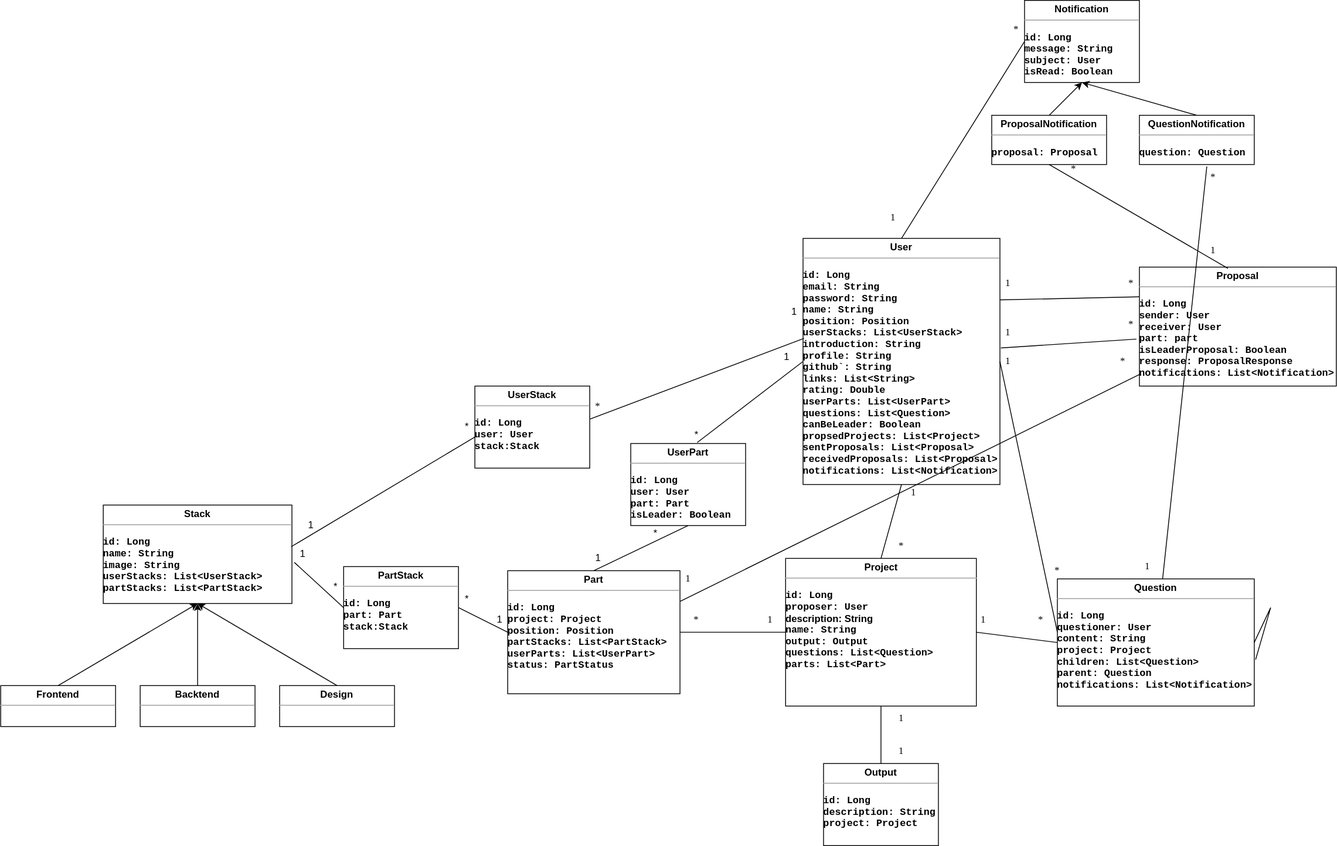
Before: entity_diagram.drawio.svg, a diagram exported from draw.io (zelo0/cruit). Source tidied: cells renumbered, new cells last; positions are measured from the earlier drawing's top-left corner, leaving out a move shared by most shapes.
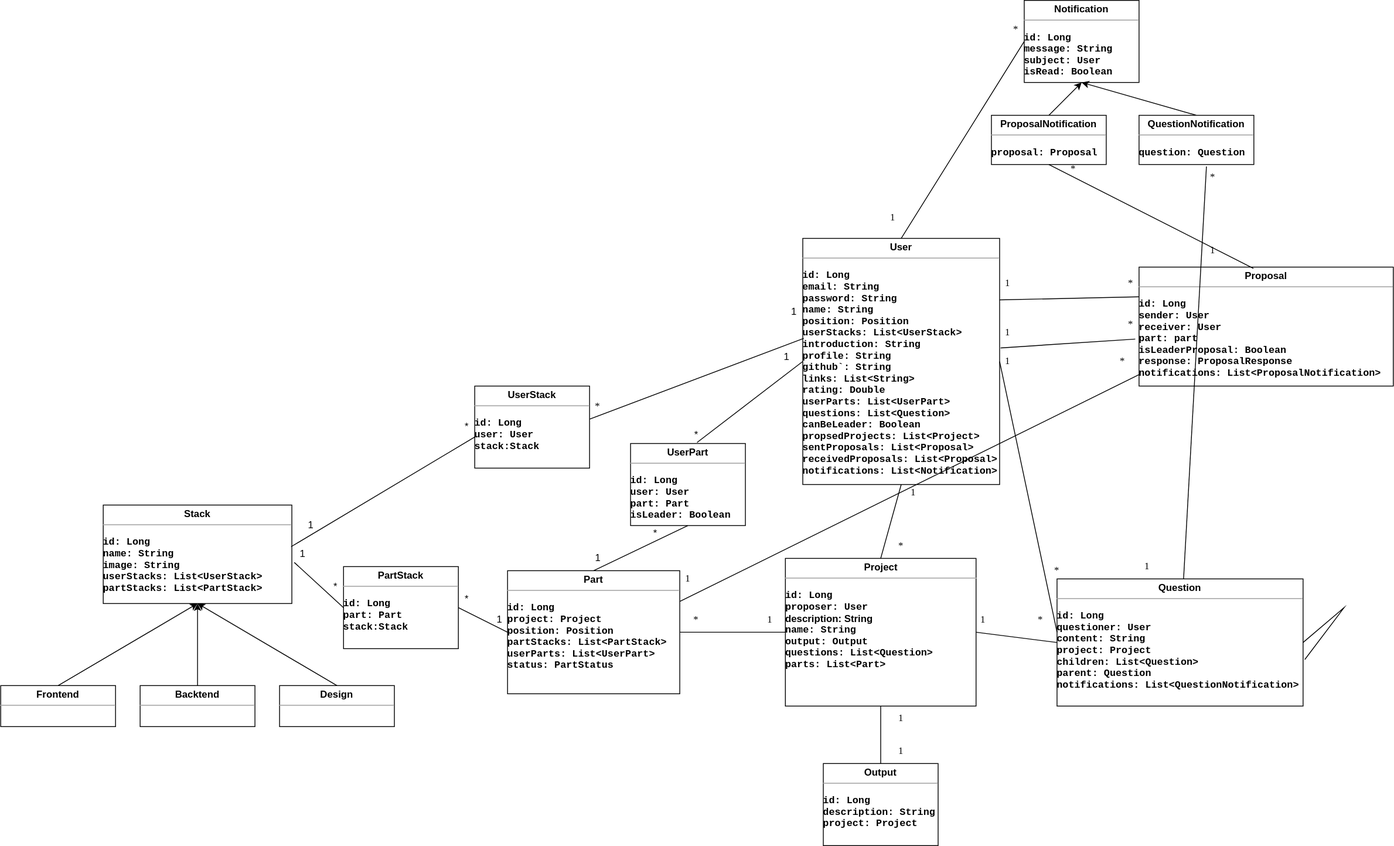
Above is the later version.

Commit message:
리스트 타입을 자식 클래스로 변경

The edit, as a diff of the source:
```diff
@@ -17,8 +17,8 @@
     <mxCell id="6" value="*" style="text;html=1;strokeColor=none;fillColor=none;align=center;verticalAlign=middle;whiteSpace=wrap;rounded=0;labelBackgroundColor=none;labelBorderColor=none;sketch=0;fontFamily=Verdana;fontSize=12;" parent="1" vertex="1">
       <mxGeometry x="1068" y="650" width="60" height="30" as="geometry" />
     </mxCell>
-    <mxCell id="7" value="&lt;p style=&quot;margin: 0px ; margin-top: 4px ; text-align: center&quot;&gt;&lt;b&gt;Question&lt;/b&gt;&lt;/p&gt;&lt;hr size=&quot;1&quot;&gt;&lt;p&gt;&lt;/p&gt;&lt;pre style=&quot;height: 2px ; line-height: 1.5&quot;&gt;&lt;b&gt;id: Long&lt;/b&gt;&lt;/pre&gt;&lt;pre style=&quot;height: 2px ; line-height: 1.5&quot;&gt;&lt;b&gt;questioner: User&lt;/b&gt;&lt;/pre&gt;&lt;pre style=&quot;height: 2px ; line-height: 1.5&quot;&gt;&lt;b&gt;content: String&lt;/b&gt;&lt;/pre&gt;&lt;pre style=&quot;height: 2px ; line-height: 1.5&quot;&gt;&lt;b&gt;project: Project&lt;/b&gt;&lt;/pre&gt;&lt;pre style=&quot;height: 2px ; line-height: 1.5&quot;&gt;&lt;b&gt;children: List&amp;lt;Question&amp;gt;&lt;/b&gt;&lt;/pre&gt;&lt;pre style=&quot;height: 2px ; line-height: 1.5&quot;&gt;&lt;b&gt;parent: Question&lt;/b&gt;&lt;/pre&gt;&lt;pre style=&quot;height: 2px ; line-height: 1.5&quot;&gt;&lt;b&gt;notifications: List&amp;lt;Notification&amp;gt;&lt;/b&gt;&lt;/pre&gt;&lt;p&gt;&lt;/p&gt;" style="verticalAlign=top;align=left;overflow=fill;fontSize=12;fontFamily=Helvetica;html=1;" parent="1" vertex="1">
-      <mxGeometry x="1288" y="705" width="240" height="155" as="geometry" />
+    <mxCell id="7" value="&lt;p style=&quot;margin: 0px ; margin-top: 4px ; text-align: center&quot;&gt;&lt;b&gt;Question&lt;/b&gt;&lt;/p&gt;&lt;hr size=&quot;1&quot;&gt;&lt;p&gt;&lt;/p&gt;&lt;pre style=&quot;height: 2px ; line-height: 1.5&quot;&gt;&lt;b&gt;id: Long&lt;/b&gt;&lt;/pre&gt;&lt;pre style=&quot;height: 2px ; line-height: 1.5&quot;&gt;&lt;b&gt;questioner: User&lt;/b&gt;&lt;/pre&gt;&lt;pre style=&quot;height: 2px ; line-height: 1.5&quot;&gt;&lt;b&gt;content: String&lt;/b&gt;&lt;/pre&gt;&lt;pre style=&quot;height: 2px ; line-height: 1.5&quot;&gt;&lt;b&gt;project: Project&lt;/b&gt;&lt;/pre&gt;&lt;pre style=&quot;height: 2px ; line-height: 1.5&quot;&gt;&lt;b&gt;children: List&amp;lt;Question&amp;gt;&lt;/b&gt;&lt;/pre&gt;&lt;pre style=&quot;height: 2px ; line-height: 1.5&quot;&gt;&lt;b&gt;parent: Question&lt;/b&gt;&lt;/pre&gt;&lt;pre style=&quot;height: 2px ; line-height: 1.5&quot;&gt;&lt;b&gt;notifications: List&amp;lt;QuestionNotification&amp;gt;&lt;/b&gt;&lt;/pre&gt;&lt;p&gt;&lt;/p&gt;" style="verticalAlign=top;align=left;overflow=fill;fontSize=12;fontFamily=Helvetica;html=1;" parent="1" vertex="1">
+      <mxGeometry x="1288" y="705" width="300" height="155" as="geometry" />
     </mxCell>
     <mxCell id="8" style="endArrow=none;html=1;rounded=0;fontFamily=Verdana;fontSize=12;exitX=1;exitY=0.5;exitDx=0;exitDy=0;entryX=0;entryY=0.5;entryDx=0;entryDy=0;" parent="1" edge="1" source="3" target="7">
       <mxGeometry relative="1" as="geometry" />
@@ -43,7 +43,7 @@
     <mxCell id="14" style="endArrow=none;html=1;rounded=0;fontFamily=Verdana;fontSize=12;entryX=1.007;entryY=0.634;entryDx=0;entryDy=0;entryPerimeter=0;exitX=1;exitY=0.5;exitDx=0;exitDy=0;" parent="1" edge="1" source="7" target="7">
       <mxGeometry relative="1" as="geometry">
         <Array as="points">
-          <mxPoint x="1548" y="740" />
+          <mxPoint x="1638" y="740" />
         </Array>
       </mxGeometry>
     </mxCell>
@@ -158,8 +158,8 @@
     <mxCell id="51" value="&lt;pre style=&quot;background-color: #2b2b2b ; color: #a9b7c6 ; font-size: 9.8pt&quot;&gt;&lt;br&gt;&lt;/pre&gt;" style="text;whiteSpace=wrap;html=1;" parent="1" vertex="1">
       <mxGeometry x="958" y="590" width="30" height="60" as="geometry" />
     </mxCell>
-    <mxCell id="52" value="&lt;p style=&quot;margin: 0px ; margin-top: 4px ; text-align: center&quot;&gt;&lt;b&gt;Proposal&lt;/b&gt;&lt;/p&gt;&lt;hr size=&quot;1&quot;&gt;&lt;p&gt;&lt;/p&gt;&lt;pre style=&quot;height: 2px ; line-height: 1.5&quot;&gt;&lt;b&gt;id: Long&lt;/b&gt;&lt;/pre&gt;&lt;pre style=&quot;height: 2px ; line-height: 1.5&quot;&gt;&lt;b&gt;sender: User&lt;/b&gt;&lt;/pre&gt;&lt;pre style=&quot;height: 2px ; line-height: 1.5&quot;&gt;&lt;b&gt;receiver: User&lt;/b&gt;&lt;/pre&gt;&lt;pre style=&quot;height: 2px ; line-height: 1.5&quot;&gt;&lt;b&gt;part: part&lt;/b&gt;&lt;/pre&gt;&lt;pre style=&quot;height: 2px ; line-height: 1.5&quot;&gt;&lt;b&gt;isLeaderProposal: Boolean&lt;/b&gt;&lt;/pre&gt;&lt;pre style=&quot;height: 2px ; line-height: 1.5&quot;&gt;&lt;b&gt;response: ProposalResponse&lt;/b&gt;&lt;/pre&gt;&lt;pre style=&quot;height: 2px ; line-height: 1.5&quot;&gt;&lt;b&gt;notifications: List&amp;lt;Notification&amp;gt; &lt;/b&gt;&lt;/pre&gt;&lt;p&gt;&lt;/p&gt;" style="verticalAlign=top;align=left;overflow=fill;fontSize=12;fontFamily=Helvetica;html=1;" parent="1" vertex="1">
-      <mxGeometry x="1388" y="325" width="240" height="145" as="geometry" />
+    <mxCell id="52" value="&lt;p style=&quot;margin: 0px ; margin-top: 4px ; text-align: center&quot;&gt;&lt;b&gt;Proposal&lt;/b&gt;&lt;/p&gt;&lt;hr size=&quot;1&quot;&gt;&lt;p&gt;&lt;/p&gt;&lt;pre style=&quot;height: 2px ; line-height: 1.5&quot;&gt;&lt;b&gt;id: Long&lt;/b&gt;&lt;/pre&gt;&lt;pre style=&quot;height: 2px ; line-height: 1.5&quot;&gt;&lt;b&gt;sender: User&lt;/b&gt;&lt;/pre&gt;&lt;pre style=&quot;height: 2px ; line-height: 1.5&quot;&gt;&lt;b&gt;receiver: User&lt;/b&gt;&lt;/pre&gt;&lt;pre style=&quot;height: 2px ; line-height: 1.5&quot;&gt;&lt;b&gt;part: part&lt;/b&gt;&lt;/pre&gt;&lt;pre style=&quot;height: 2px ; line-height: 1.5&quot;&gt;&lt;b&gt;isLeaderProposal: Boolean&lt;/b&gt;&lt;/pre&gt;&lt;pre style=&quot;height: 2px ; line-height: 1.5&quot;&gt;&lt;b&gt;response: ProposalResponse&lt;/b&gt;&lt;/pre&gt;&lt;pre style=&quot;height: 2px ; line-height: 1.5&quot;&gt;&lt;b&gt;notifications: List&amp;lt;ProposalNotification&amp;gt; &lt;/b&gt;&lt;/pre&gt;&lt;p&gt;&lt;/p&gt;" style="verticalAlign=top;align=left;overflow=fill;fontSize=12;fontFamily=Helvetica;html=1;" parent="1" vertex="1">
+      <mxGeometry x="1388" y="325" width="310" height="145" as="geometry" />
     </mxCell>
     <mxCell id="53" style="endArrow=none;html=1;rounded=0;entryX=-0.015;entryY=0.605;entryDx=0;entryDy=0;entryPerimeter=0;exitX=1.005;exitY=0.445;exitDx=0;exitDy=0;exitPerimeter=0;" parent="1" edge="1" source="2" target="52">
       <mxGeometry relative="1" as="geometry" />
```
